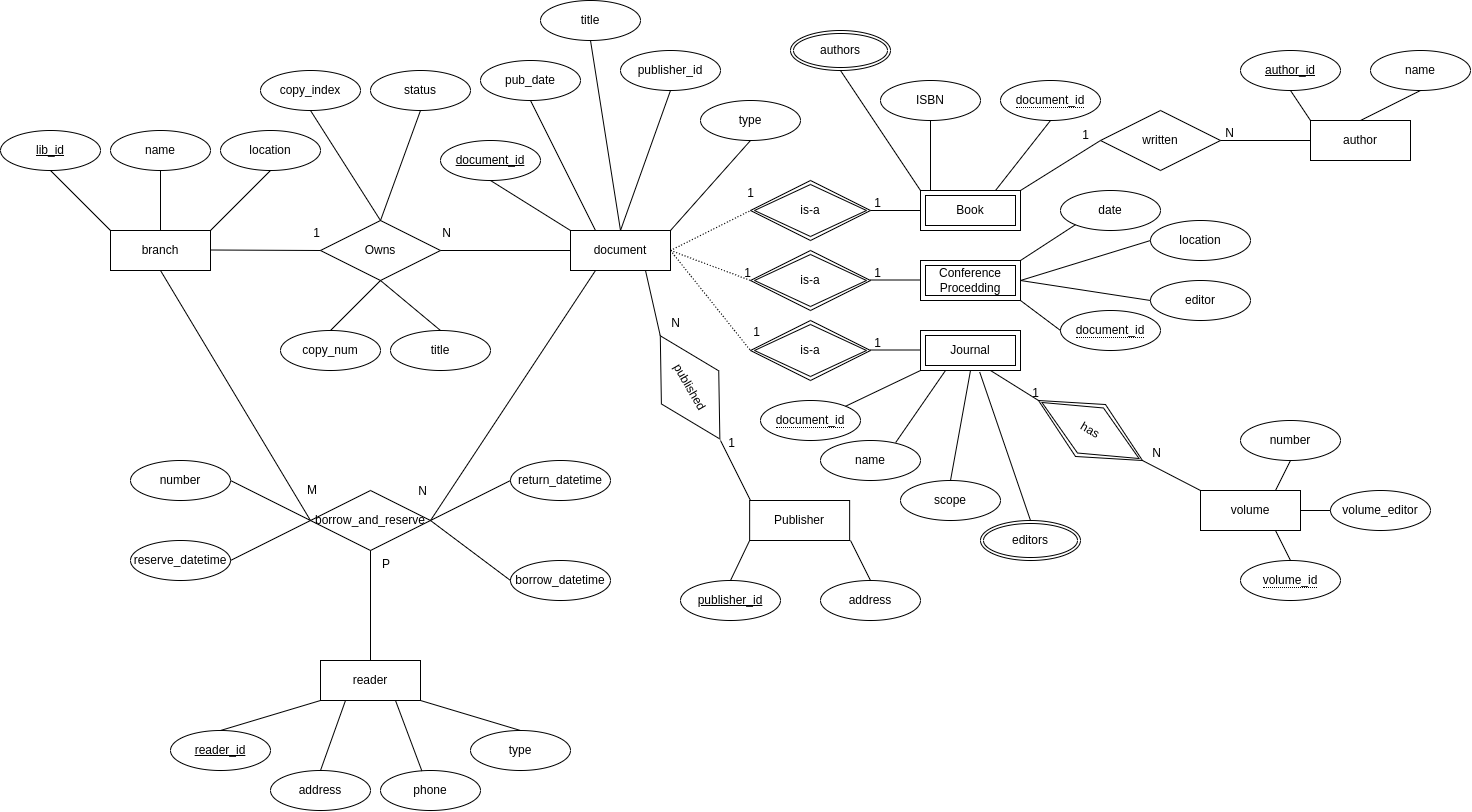
Maple-pro/database-assignment keeps this draw.io diagram as phase 2.png. Above is the earlier version. Source tidied: cells renumbered, new cells last; positions are measured from the earlier drawing's top-left corner, leaving out a move shared by most shapes.
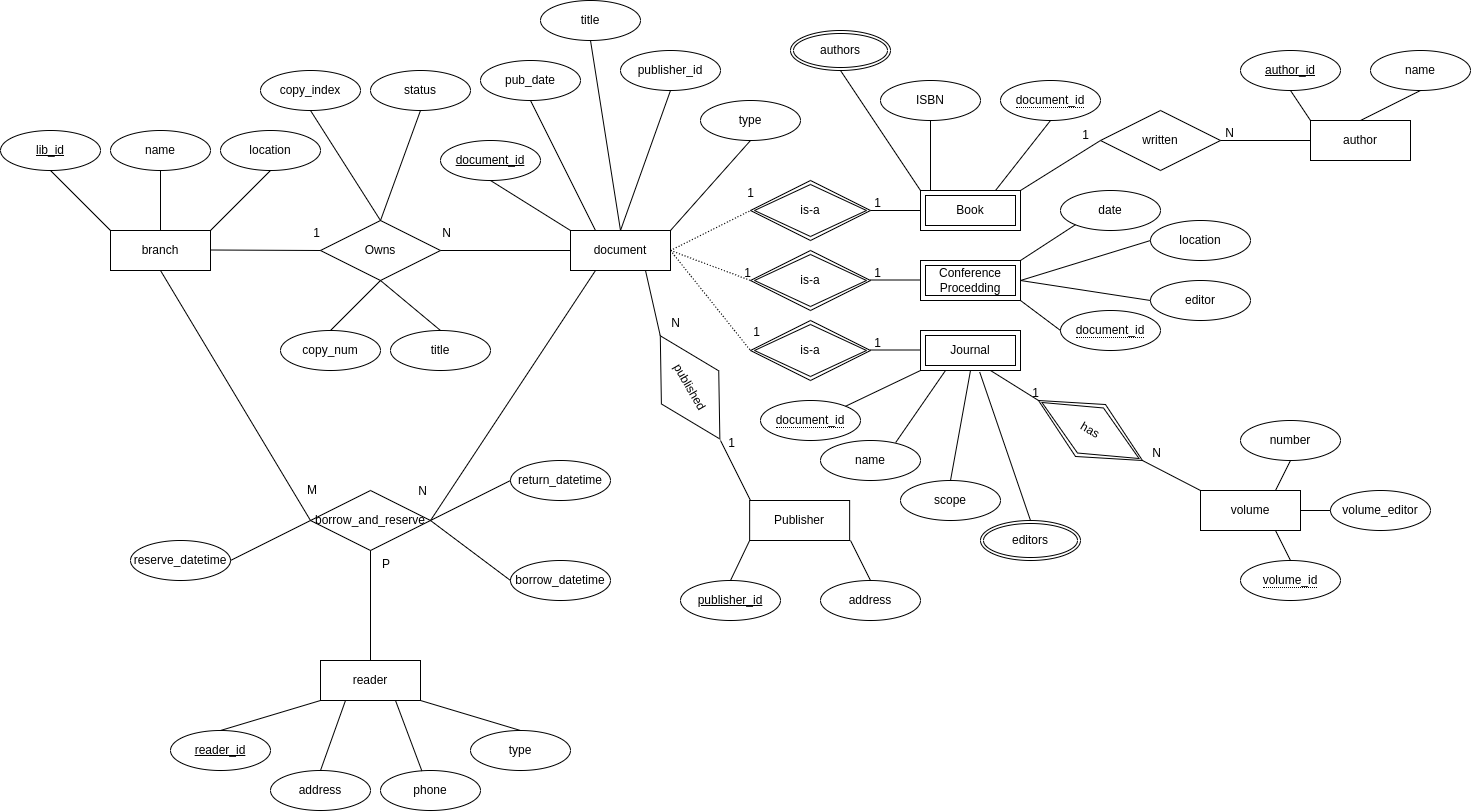
The same file after the commit.

The edit, as a diff of the source:
```diff
@@ -437,14 +437,6 @@
     <mxCell id="123" style="endArrow=none;html=1;rounded=0;exitX=1;exitY=0.5;exitDx=0;exitDy=0;entryX=0;entryY=0.5;entryDx=0;entryDy=0;" parent="1" edge="1" source="118" target="102">
       <mxGeometry relative="1" as="geometry" />
     </mxCell>
-    <mxCell id="124" style="endArrow=none;html=1;rounded=0;exitX=1;exitY=0.5;exitDx=0;exitDy=0;" parent="1" edge="1" source="125">
-      <mxGeometry relative="1" as="geometry">
-        <mxPoint x="310" y="520" as="targetPoint" />
-      </mxGeometry>
-    </mxCell>
-    <mxCell id="125" value="number" style="ellipse;whiteSpace=wrap;html=1;align=center;" parent="1" vertex="1">
-      <mxGeometry x="130" y="460" width="100" height="40" as="geometry" />
-    </mxCell>
     <mxCell id="126" value="status" style="ellipse;whiteSpace=wrap;html=1;align=center;" parent="1" vertex="1">
       <mxGeometry x="370" y="70" width="100" height="40" as="geometry" />
     </mxCell>
```
